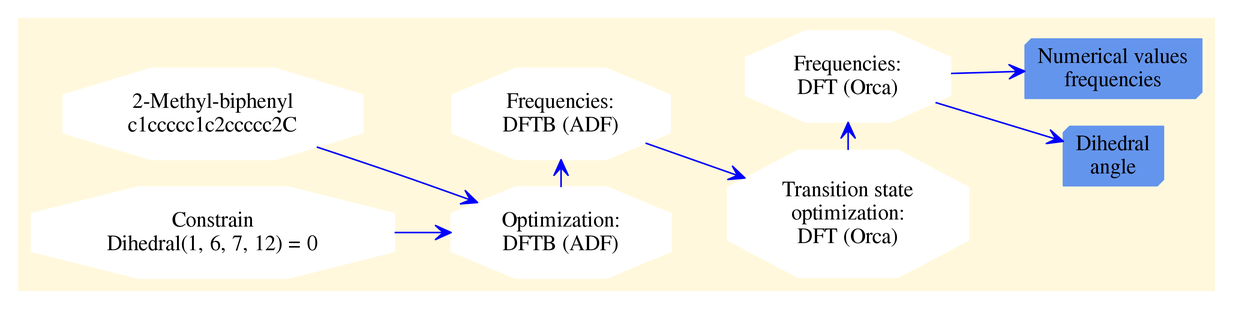
Before: images/example_3.png, a diagram exported from Graphviz (SCM-NV/qmflows_examples). Its source is kept beside it as images/example_3.dot. Its diagram source:
```dot
digraph G {
	rankdir=LR;
	edge[arrowhead=vee, color=blue];
        graph [ dpi = 300 ];
	newrank=true;
	compound=true;
	subgraph clusterdist {
	     node[style=filled, color=white, shape=octagon];
	     edge[color=blue]
	     mol[label="2-Methyl-biphenyl\nc1ccccc1c2ccccc2C"];
	     cons[label="Constrain\nDihedral(1, 6, 7, 12) = 0"]

	     dftb[label="Optimization:\nDFTB (ADF)"];
	     freq1[label="Frequencies:\nDFTB (ADF)"];

	     ts[label="Transition state\noptimization:\nDFT (Orca)"];

	     freq2[label="Frequencies:\nDFT (Orca)"];
	     r1[label="Dihedral\nangle", shape=box3d, color=cornflowerblue, style=filled];
     	     r2[label="Numerical values\nfrequencies", shape=box3d, color=cornflowerblue, style=filled];

	     mol -> dftb;
	     cons -> dftb;

	     dftb -> freq1;
	     freq1 -> ts;
	     ts -> freq2;
	     freq2 -> r1;
	     freq2 -> r2;

	     style=filled;
	     color=cornsilk;
	     {rank=same dftb; freq1}
	     {rank=same ts; freq2}
	}
}
```
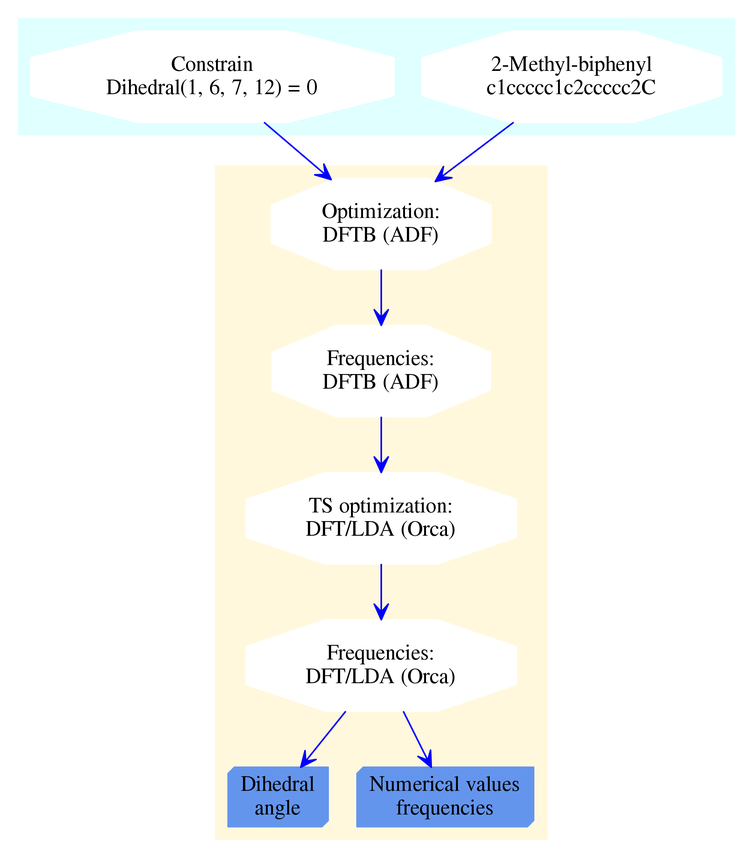
Later version of the same file.

What changed in the source:
```diff
@@ -1,26 +1,29 @@
 digraph G {
-	rankdir=LR;
 	edge[arrowhead=vee, color=blue];
         graph [ dpi = 300 ];
 	newrank=true;
 	compound=true;
-	subgraph clusterdist {
+	subgraph clusterinp{
 	     node[style=filled, color=white, shape=octagon];
 	     edge[color=blue]
 	     mol[label="2-Methyl-biphenyl\nc1ccccc1c2ccccc2C"];
 	     cons[label="Constrain\nDihedral(1, 6, 7, 12) = 0"]
+	     style=filled;
+	     color=lightcyan1;
+		}
+
+		subgraph clusterdist {
+	     node[style=filled, color=white, shape=octagon];
+	     edge[color=blue]
 
 	     dftb[label="Optimization:\nDFTB (ADF)"];
 	     freq1[label="Frequencies:\nDFTB (ADF)"];
 
-	     ts[label="Transition state\noptimization:\nDFT (Orca)"];
+	     ts[label="TS optimization:\nDFT/LDA (Orca)"];
 
-	     freq2[label="Frequencies:\nDFT (Orca)"];
+	     freq2[label="Frequencies:\nDFT/LDA (Orca)"];
 	     r1[label="Dihedral\nangle", shape=box3d, color=cornflowerblue, style=filled];
      	     r2[label="Numerical values\nfrequencies", shape=box3d, color=cornflowerblue, style=filled];
-
-	     mol -> dftb;
-	     cons -> dftb;
 
 	     dftb -> freq1;
 	     freq1 -> ts;
@@ -30,7 +33,9 @@
 
 	     style=filled;
 	     color=cornsilk;
-	     {rank=same dftb; freq1}
-	     {rank=same ts; freq2}
-	}
+     }
+     mol -> dftb;
+     cons -> dftb;
+
+
 }
```
